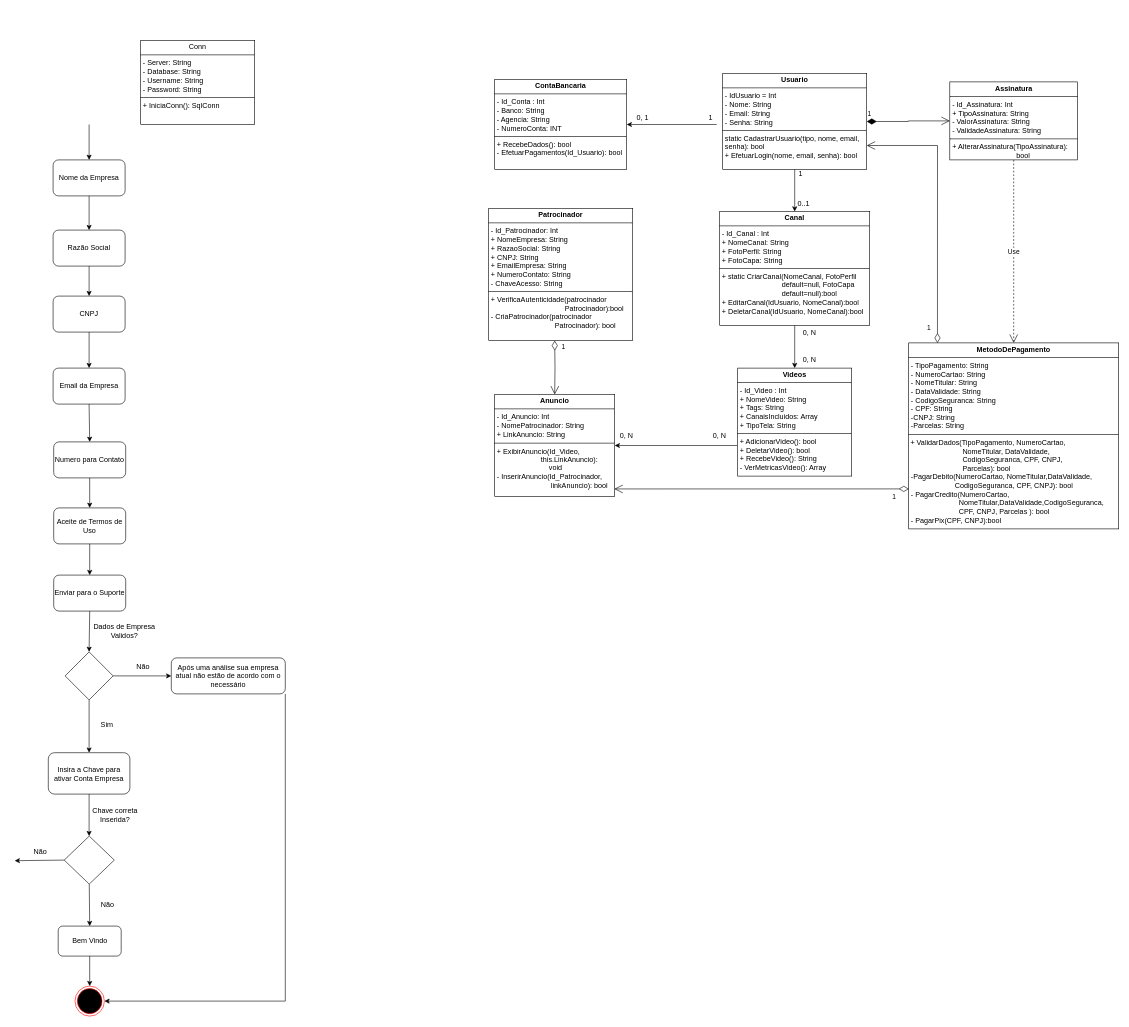
Earlier version of the draw.io diagram page "DiagramaDeClasses" (20 of 20) of DiagramasPIMVII.drawio (GustavoFerreira143/PIMVIISistemaDeStreaming). Source tidied: cells renumbered, new cells numbered last; positions are measured from the earlier drawing's top-left corner, leaving out a move shared by most shapes. Both pictures are drawn from the tidied source at 60%, with x=0, y=0 at pixel (14, 40).
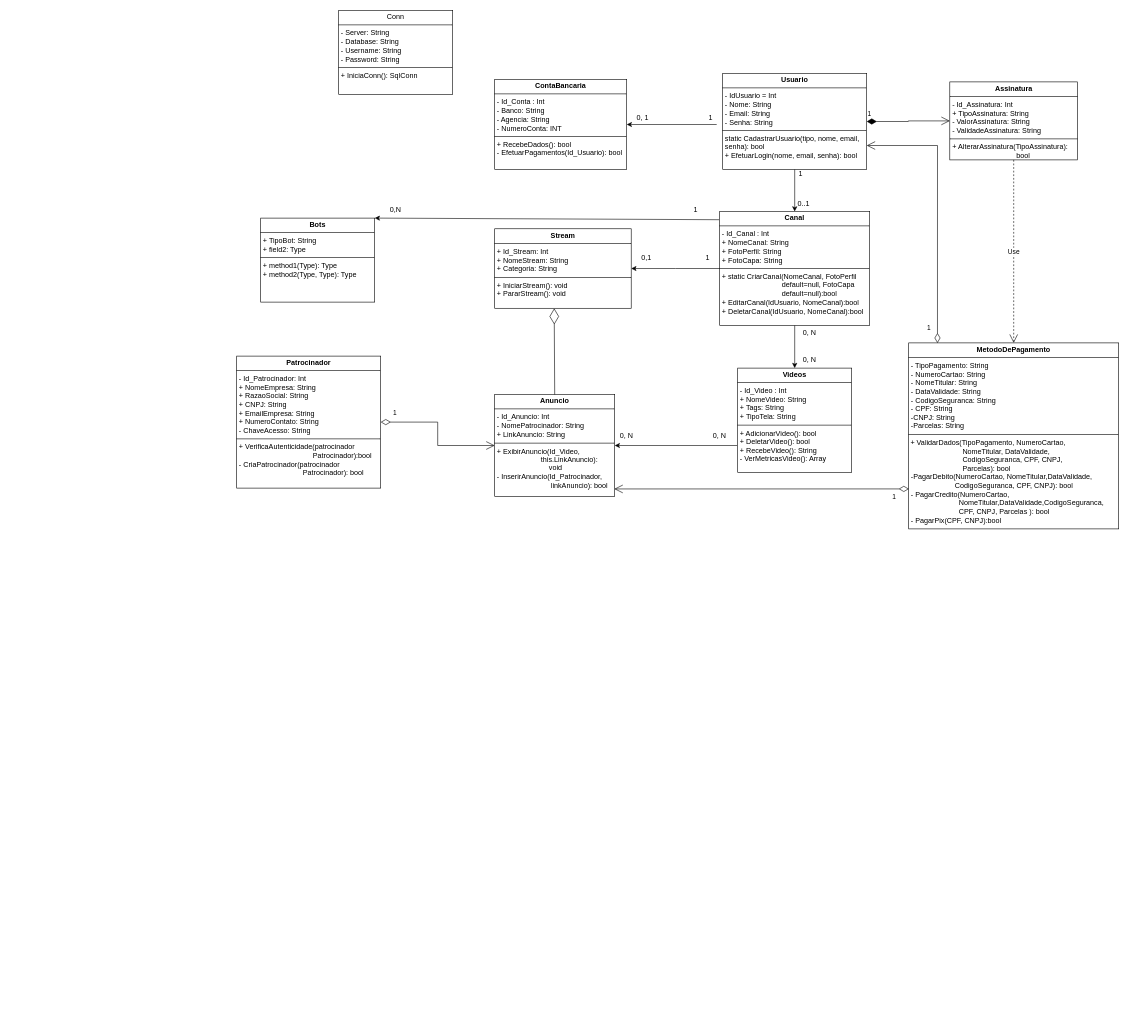
After the change.

Unchanged cells that the change refers to:
```xml
<mxCell id="5" value="&lt;p style=&quot;margin:0px;margin-top:4px;text-align:center;&quot;&gt;&lt;b&gt;Canal&lt;/b&gt;&lt;/p&gt;&lt;hr size=&quot;1&quot; style=&quot;border-style:solid;&quot;&gt;&lt;p style=&quot;margin:0px;margin-left:4px;&quot;&gt;- Id_Canal : Int&lt;/p&gt;&lt;p style=&quot;margin:0px;margin-left:4px;&quot;&gt;+ NomeCanal: String&lt;br&gt;+ FotoPerfil: String&lt;/p&gt;&lt;p style=&quot;margin:0px;margin-left:4px;&quot;&gt;+ FotoCapa: String&lt;/p&gt;&lt;hr size=&quot;1&quot; style=&quot;border-style:solid;&quot;&gt;&lt;p style=&quot;margin:0px;margin-left:4px;&quot;&gt;+ static CriarCanal(NomeCanal, FotoPerfil&amp;nbsp; &amp;nbsp; &amp;nbsp; &amp;nbsp; &amp;nbsp; &amp;nbsp; &amp;nbsp; &amp;nbsp; &amp;nbsp; &amp;nbsp; &amp;nbsp; &amp;nbsp; &amp;nbsp; &amp;nbsp;&lt;span style=&quot;white-space: pre;&quot;&gt;&#9;&lt;/span&gt;&amp;nbsp; &amp;nbsp; &amp;nbsp; default=null, FotoCapa&amp;nbsp; &amp;nbsp; &amp;nbsp; &amp;nbsp; &amp;nbsp; &amp;nbsp; &amp;nbsp; &amp;nbsp; &amp;nbsp; &amp;nbsp; &amp;nbsp; &amp;nbsp; &amp;nbsp; &amp;nbsp; &amp;nbsp; &amp;nbsp; &amp;nbsp; &amp;nbsp; &amp;nbsp; default=null):bool&lt;br&gt;&lt;/p&gt;&lt;p style=&quot;margin:0px;margin-left:4px;&quot;&gt;+ EditarCanal(IdUsuario, NomeCanal):bool&lt;/p&gt;&lt;p style=&quot;margin:0px;margin-left:4px;&quot;&gt;+ DeletarCanal(IdUsuario, NomeCanal):bool&lt;/p&gt;" style="verticalAlign=top;align=left;overflow=fill;html=1;whiteSpace=wrap;" parent="1" vertex="1">
  <mxGeometry x="1175" y="285" width="250" height="190" as="geometry" />
</mxCell>
<mxCell id="13" value="&lt;p style=&quot;margin:0px;margin-top:4px;text-align:center;&quot;&gt;&lt;b&gt;Anuncio&lt;/b&gt;&lt;/p&gt;&lt;hr size=&quot;1&quot; style=&quot;border-style:solid;&quot;&gt;&lt;p style=&quot;margin:0px;margin-left:4px;&quot;&gt;- Id_Anuncio: Int&lt;br&gt;- NomePatrocinador: String&lt;/p&gt;&lt;p style=&quot;margin:0px;margin-left:4px;&quot;&gt;+ LinkAnuncio: String&lt;/p&gt;&lt;hr size=&quot;1&quot; style=&quot;border-style:solid;&quot;&gt;&lt;p style=&quot;margin:0px;margin-left:4px;&quot;&gt;+ ExibirAnuncio(Id_Video,&amp;nbsp; &amp;nbsp; &amp;nbsp; &amp;nbsp; &amp;nbsp; &amp;nbsp; &amp;nbsp; &amp;nbsp; &amp;nbsp; &amp;nbsp; &amp;nbsp; &amp;nbsp; &amp;nbsp; &amp;nbsp; &amp;nbsp; &amp;nbsp; &amp;nbsp; &amp;nbsp; &amp;nbsp; &amp;nbsp; this.LinkAnuncio): &lt;span style=&quot;white-space: pre;&quot;&gt;&#9;&lt;/span&gt;&lt;span style=&quot;white-space: pre;&quot;&gt;&#9;&lt;/span&gt;&lt;span style=&quot;white-space: pre;&quot;&gt;&#9;&lt;/span&gt;&amp;nbsp; void&lt;br&gt;&lt;/p&gt;&lt;p style=&quot;margin:0px;margin-left:4px;&quot;&gt;- InserirAnuncio(Id_Patrocinador, &lt;span style=&quot;white-space: pre;&quot;&gt;&#9;&lt;/span&gt;&lt;span style=&quot;white-space: pre;&quot;&gt;&#9;&lt;/span&gt;&lt;span style=&quot;white-space: pre;&quot;&gt;&#9;&lt;/span&gt;&amp;nbsp; &amp;nbsp;linkAnuncio): bool&lt;/p&gt;" style="verticalAlign=top;align=left;overflow=fill;html=1;whiteSpace=wrap;" parent="1" vertex="1">
  <mxGeometry x="800" y="590" width="200" height="170" as="geometry" />
</mxCell>
```

The edit, as a diff of the source:
```diff
@@
     <mxCell id="3" value="&lt;p style=&quot;margin:0px;margin-top:4px;text-align:center;&quot;&gt;Conn&lt;/p&gt;&lt;hr size=&quot;1&quot; style=&quot;border-style:solid;&quot;&gt;&lt;p style=&quot;margin:0px;margin-left:4px;&quot;&gt;- Server: String&lt;/p&gt;&lt;p style=&quot;margin:0px;margin-left:4px;&quot;&gt;- Database: String&lt;br&gt;- Username: String&lt;/p&gt;&lt;p style=&quot;margin:0px;margin-left:4px;&quot;&gt;- Password: String&lt;/p&gt;&lt;hr size=&quot;1&quot; style=&quot;border-style:solid;&quot;&gt;&lt;p style=&quot;margin:0px;margin-left:4px;&quot;&gt;+ IniciaConn(): SqlConn&lt;br&gt;&lt;/p&gt;" style="verticalAlign=top;align=left;overflow=fill;html=1;whiteSpace=wrap;" parent="1" vertex="1">
-      <mxGeometry x="210" width="190" height="140" as="geometry" />
+      <mxGeometry x="540" y="-50" width="190" height="140" as="geometry" />
     </mxCell>
@@
-    <mxCell id="12" value="&lt;p style=&quot;margin:0px;margin-top:4px;text-align:center;&quot;&gt;&lt;b&gt;Videos&lt;/b&gt;&lt;/p&gt;&lt;hr size=&quot;1&quot; style=&quot;border-style:solid;&quot;&gt;&lt;p style=&quot;margin:0px;margin-left:4px;&quot;&gt;- Id_Video : Int&lt;/p&gt;&lt;p style=&quot;margin:0px;margin-left:4px;&quot;&gt;+ NomeVideo: String&lt;br&gt;+ Tags: String&lt;/p&gt;&lt;p style=&quot;margin:0px;margin-left:4px;&quot;&gt;+ CanaisIncluidos: Array&lt;/p&gt;&lt;p style=&quot;margin:0px;margin-left:4px;&quot;&gt;+ TipoTela: String&lt;/p&gt;&lt;hr size=&quot;1&quot; style=&quot;border-style:solid;&quot;&gt;&lt;p style=&quot;margin:0px;margin-left:4px;&quot;&gt;+ AdicionarVideo(): bool&lt;/p&gt;&lt;p style=&quot;margin:0px;margin-left:4px;&quot;&gt;+ DeletarVideo(): bool&lt;br&gt;+ RecebeVideo(): String&lt;/p&gt;&lt;p style=&quot;margin:0px;margin-left:4px;&quot;&gt;- VerMetricasVideo(): Array&lt;/p&gt;" style="verticalAlign=top;align=left;overflow=fill;html=1;whiteSpace=wrap;" parent="1" vertex="1">
-      <mxGeometry x="1205" y="546" width="190" height="180" as="geometry" />
+    <mxCell id="12" value="&lt;p style=&quot;margin:0px;margin-top:4px;text-align:center;&quot;&gt;&lt;b&gt;Videos&lt;/b&gt;&lt;/p&gt;&lt;hr size=&quot;1&quot; style=&quot;border-style:solid;&quot;&gt;&lt;p style=&quot;margin:0px;margin-left:4px;&quot;&gt;- Id_Video : Int&lt;/p&gt;&lt;p style=&quot;margin:0px;margin-left:4px;&quot;&gt;+ NomeVideo: String&lt;br&gt;+ Tags: String&lt;/p&gt;&lt;p style=&quot;margin:0px;margin-left:4px;&quot;&gt;+ TipoTela: String&lt;/p&gt;&lt;hr size=&quot;1&quot; style=&quot;border-style:solid;&quot;&gt;&lt;p style=&quot;margin:0px;margin-left:4px;&quot;&gt;+ AdicionarVideo(): bool&lt;/p&gt;&lt;p style=&quot;margin:0px;margin-left:4px;&quot;&gt;+ DeletarVideo(): bool&lt;br&gt;+ RecebeVideo(): String&lt;/p&gt;&lt;p style=&quot;margin:0px;margin-left:4px;&quot;&gt;- VerMetricasVideo(): Array&lt;/p&gt;" style="verticalAlign=top;align=left;overflow=fill;html=1;whiteSpace=wrap;" parent="1" vertex="1">
+      <mxGeometry x="1205" y="546" width="190" height="174" as="geometry" />
     </mxCell>
@@
     <mxCell id="14" value="&lt;p style=&quot;margin:0px;margin-top:4px;text-align:center;&quot;&gt;&lt;b&gt;Patrocinador&lt;/b&gt;&lt;/p&gt;&lt;hr size=&quot;1&quot; style=&quot;border-style:solid;&quot;&gt;&lt;p style=&quot;margin:0px;margin-left:4px;&quot;&gt;- Id_Patrocinador: Int&lt;br&gt;+ NomeEmpresa: String&lt;/p&gt;&lt;p style=&quot;margin:0px;margin-left:4px;&quot;&gt;+ RazaoSocial: String&lt;/p&gt;&lt;p style=&quot;margin:0px;margin-left:4px;&quot;&gt;+ CNPJ: String&lt;/p&gt;&lt;p style=&quot;margin:0px;margin-left:4px;&quot;&gt;+ EmailEmpresa: String&lt;/p&gt;&lt;p style=&quot;margin:0px;margin-left:4px;&quot;&gt;+ NumeroContato: String&lt;/p&gt;&lt;p style=&quot;margin:0px;margin-left:4px;&quot;&gt;- ChaveAcesso: String&lt;/p&gt;&lt;hr size=&quot;1&quot; style=&quot;border-style:solid;&quot;&gt;&lt;p style=&quot;margin:0px;margin-left:4px;&quot;&gt;+ VerificaAutenticidade(patrocinador &lt;span style=&quot;white-space: pre;&quot;&gt;&#9;&lt;/span&gt;&lt;span style=&quot;white-space: pre;&quot;&gt;&#9;&lt;/span&gt;&lt;span style=&quot;white-space: pre;&quot;&gt;&#9;&lt;/span&gt;&lt;span style=&quot;white-space: pre;&quot;&gt;&#9;&lt;/span&gt;&amp;nbsp; &amp;nbsp; &amp;nbsp;Patrocinador):bool&lt;br&gt;- CriaPatrocinador(patrocinador &lt;span style=&quot;white-space: pre;&quot;&gt;&#9;&lt;/span&gt;&lt;span style=&quot;white-space: pre;&quot;&gt;&#9;&lt;/span&gt;&lt;span style=&quot;white-space: pre;&quot;&gt;&#9;&lt;/span&gt;&lt;span style=&quot;white-space: pre;&quot;&gt;&#9;&lt;/span&gt;Patrocinador): bool&lt;/p&gt;" style="verticalAlign=top;align=left;overflow=fill;html=1;whiteSpace=wrap;" parent="1" vertex="1">
-      <mxGeometry x="790" y="280" width="240" height="220" as="geometry" />
+      <mxGeometry x="370" y="526" width="240" height="220" as="geometry" />
     </mxCell>
-    <mxCell id="15" style="endArrow=classic;html=1;rounded=0;exitX=0.5;exitY=1;exitDx=0;exitDy=0;entryX=0.5;entryY=0;entryDx=0;entryDy=0;" parent="1" edge="1" target="16">
-      <mxGeometry relative="1" as="geometry">
-        <mxPoint x="124" y="140" as="sourcePoint" />
-      </mxGeometry>
-    </mxCell>
-    <mxCell id="16" value="Nome da Empresa" style="rounded=1;whiteSpace=wrap;html=1;" parent="1" vertex="1">
-      <mxGeometry x="64" y="199" width="120" height="60" as="geometry" />
-    </mxCell>
-    <mxCell id="17" value="Razão Social" style="rounded=1;whiteSpace=wrap;html=1;" parent="1" vertex="1">
-      <mxGeometry x="64" y="316" width="120" height="60" as="geometry" />
-    </mxCell>
-    <mxCell id="18" value="CNPJ" style="rounded=1;whiteSpace=wrap;html=1;" parent="1" vertex="1">
-      <mxGeometry x="64" y="426" width="120" height="60" as="geometry" />
-    </mxCell>
-    <mxCell id="19" style="endArrow=classic;html=1;rounded=0;exitX=0.5;exitY=1;exitDx=0;exitDy=0;entryX=0.5;entryY=0;entryDx=0;entryDy=0;" parent="1" edge="1" source="16" target="17">
-      <mxGeometry relative="1" as="geometry" />
-    </mxCell>
-    <mxCell id="20" value="Numero para Contato" style="rounded=1;whiteSpace=wrap;html=1;" parent="1" vertex="1">
-      <mxGeometry x="65" y="669" width="120" height="60" as="geometry" />
-    </mxCell>
-    <mxCell id="21" style="endArrow=classic;html=1;rounded=0;exitX=0.5;exitY=1;exitDx=0;exitDy=0;entryX=0.5;entryY=0;entryDx=0;entryDy=0;" parent="1" edge="1" source="17" target="18">
-      <mxGeometry relative="1" as="geometry" />
-    </mxCell>
-    <mxCell id="22" style="rhombus;whiteSpace=wrap;html=1;" parent="1" vertex="1">
-      <mxGeometry x="84" y="1019" width="80" height="80" as="geometry" />
-    </mxCell>
-    <mxCell id="23" value="Enviar para o Suporte" style="rounded=1;whiteSpace=wrap;html=1;" parent="1" vertex="1">
-      <mxGeometry x="65" y="891" width="120" height="60" as="geometry" />
-    </mxCell>
-    <mxCell id="24" style="endArrow=classic;html=1;rounded=0;exitX=0.5;exitY=1;exitDx=0;exitDy=0;entryX=0.5;entryY=0;entryDx=0;entryDy=0;" parent="1" edge="1" source="20" target="28">
-      <mxGeometry relative="1" as="geometry" />
-    </mxCell>
-    <mxCell id="25" value="Dados de Empresa Validos?" style="text;html=1;align=center;verticalAlign=middle;whiteSpace=wrap;rounded=0;" parent="1" vertex="1">
-      <mxGeometry x="125" y="955" width="116" height="60" as="geometry" />
-    </mxCell>
-    <mxCell id="26" value="Após uma análise sua empresa atual não estão de acordo com o necessário" style="rounded=1;whiteSpace=wrap;html=1;" parent="1" vertex="1">
-      <mxGeometry x="261" y="1029" width="190" height="60" as="geometry" />
-    </mxCell>
-    <mxCell id="27" style="endArrow=classic;html=1;rounded=0;entryX=0;entryY=0.5;entryDx=0;entryDy=0;exitX=1;exitY=0.5;exitDx=0;exitDy=0;" parent="1" edge="1" source="22" target="26">
-      <mxGeometry relative="1" as="geometry" />
-    </mxCell>
-    <mxCell id="28" value="Aceite de Termos de Uso" style="rounded=1;whiteSpace=wrap;html=1;" parent="1" vertex="1">
-      <mxGeometry x="65" y="779" width="120" height="60" as="geometry" />
-    </mxCell>
-    <mxCell id="29" style="endArrow=classic;html=1;rounded=0;entryX=0.5;entryY=0;entryDx=0;entryDy=0;exitX=0.5;exitY=1;exitDx=0;exitDy=0;" parent="1" edge="1" source="23" target="22">
-      <mxGeometry relative="1" as="geometry" />
-    </mxCell>
-    <mxCell id="30" style="endArrow=classic;html=1;rounded=0;exitX=0.5;exitY=1;exitDx=0;exitDy=0;entryX=0.5;entryY=0;entryDx=0;entryDy=0;" parent="1" edge="1" source="28" target="23">
-      <mxGeometry relative="1" as="geometry" />
-    </mxCell>
-    <mxCell id="31" value="Insira a Chave para ativar Conta Empresa" style="rounded=1;whiteSpace=wrap;html=1;" parent="1" vertex="1">
-      <mxGeometry x="56" y="1187" width="136" height="69" as="geometry" />
-    </mxCell>
-    <mxCell id="32" value="Email da Empresa" style="rounded=1;whiteSpace=wrap;html=1;" parent="1" vertex="1">
-      <mxGeometry x="64" y="546" width="120" height="60" as="geometry" />
-    </mxCell>
-    <mxCell id="33" style="endArrow=classic;html=1;rounded=0;exitX=0.5;exitY=1;exitDx=0;exitDy=0;entryX=0.5;entryY=0;entryDx=0;entryDy=0;" parent="1" edge="1" source="18" target="32">
-      <mxGeometry relative="1" as="geometry" />
-    </mxCell>
-    <mxCell id="34" style="endArrow=classic;html=1;rounded=0;exitX=0.5;exitY=1;exitDx=0;exitDy=0;entryX=0.5;entryY=0;entryDx=0;entryDy=0;" parent="1" edge="1" source="32" target="20">
-      <mxGeometry relative="1" as="geometry" />
-    </mxCell>
-    <mxCell id="35" style="endArrow=classic;html=1;rounded=0;exitX=0.5;exitY=1;exitDx=0;exitDy=0;" parent="1" edge="1" source="22" target="31">
-      <mxGeometry relative="1" as="geometry" />
-    </mxCell>
-    <mxCell id="36" value="Não" style="text;html=1;align=center;verticalAlign=middle;whiteSpace=wrap;rounded=0;" parent="1" vertex="1">
-      <mxGeometry x="184" y="1029" width="60" height="30" as="geometry" />
-    </mxCell>
-    <mxCell id="37" value="Sim" style="text;html=1;align=center;verticalAlign=middle;whiteSpace=wrap;rounded=0;" parent="1" vertex="1">
-      <mxGeometry x="124" y="1126" width="60" height="30" as="geometry" />
-    </mxCell>
-    <mxCell id="38" style="ellipse;html=1;shape=endState;fillColor=#000000;strokeColor=#ff0000;direction=south;" parent="1" vertex="1">
-      <mxGeometry x="100.5" y="1576" width="49" height="50" as="geometry" />
-    </mxCell>
-    <mxCell id="39" style="rhombus;whiteSpace=wrap;html=1;" parent="1" vertex="1">
-      <mxGeometry x="82.5" y="1326" width="83.5" height="80" as="geometry" />
-    </mxCell>
-    <mxCell id="40" style="endArrow=classic;html=1;rounded=0;exitX=0.5;exitY=1;exitDx=0;exitDy=0;" parent="1" edge="1" source="31">
-      <mxGeometry relative="1" as="geometry">
-        <mxPoint x="124" y="1326" as="targetPoint" />
-      </mxGeometry>
-    </mxCell>
-    <mxCell id="41" value="Chave correta Inserida?" style="text;html=1;align=center;verticalAlign=middle;whiteSpace=wrap;rounded=0;" parent="1" vertex="1">
-      <mxGeometry x="125" y="1266" width="85" height="50" as="geometry" />
-    </mxCell>
-    <mxCell id="42" style="endArrow=classic;html=1;rounded=0;exitX=0;exitY=0.5;exitDx=0;exitDy=0;entryX=1;entryY=0.5;entryDx=0;entryDy=0;" parent="1" edge="1" source="39">
-      <mxGeometry relative="1" as="geometry">
-        <mxPoint y="1367" as="targetPoint" />
-      </mxGeometry>
-    </mxCell>
-    <mxCell id="43" value="Bem Vindo" style="rounded=1;whiteSpace=wrap;html=1;" parent="1" vertex="1">
-      <mxGeometry x="72.5" y="1476" width="105" height="50" as="geometry" />
-    </mxCell>
-    <mxCell id="44" value="Não" style="text;html=1;align=center;verticalAlign=middle;whiteSpace=wrap;rounded=0;" parent="1" vertex="1">
-      <mxGeometry x="12.5" y="1337" width="60" height="30" as="geometry" />
-    </mxCell>
-    <mxCell id="45" value="Não" style="text;html=1;align=center;verticalAlign=middle;whiteSpace=wrap;rounded=0;" parent="1" vertex="1">
-      <mxGeometry x="125" y="1426" width="60" height="30" as="geometry" />
-    </mxCell>
-    <mxCell id="46" style="endArrow=classic;html=1;rounded=0;exitX=0.5;exitY=1;exitDx=0;exitDy=0;entryX=0.5;entryY=0;entryDx=0;entryDy=0;" parent="1" edge="1" source="39" target="43">
-      <mxGeometry relative="1" as="geometry" />
-    </mxCell>
-    <mxCell id="47" style="endArrow=classic;html=1;rounded=0;entryX=0;entryY=0.5;entryDx=0;entryDy=0;exitX=0.5;exitY=1;exitDx=0;exitDy=0;" parent="1" edge="1" source="43" target="38">
-      <mxGeometry relative="1" as="geometry" />
-    </mxCell>
-    <mxCell id="48" style="endArrow=classic;html=1;rounded=0;exitX=1;exitY=1;exitDx=0;exitDy=0;entryX=0.5;entryY=0;entryDx=0;entryDy=0;" parent="1" edge="1" source="26" target="38">
-      <mxGeometry relative="1" as="geometry">
-        <Array as="points">
-          <mxPoint x="451" y="1601" />
-        </Array>
-      </mxGeometry>
-    </mxCell>
@@
-    <mxCell id="50" value="1" style="endArrow=open;html=1;endSize=12;startArrow=diamondThin;startSize=14;startFill=0;edgeStyle=orthogonalEdgeStyle;align=left;verticalAlign=bottom;rounded=0;entryX=0.5;entryY=0;entryDx=0;entryDy=0;" parent="1" edge="1" target="13">
-      <mxGeometry x="-0.56" y="10" relative="1" as="geometry">
-        <mxPoint x="900" y="500" as="sourcePoint" />
-      </mxGeometry>
+    <mxCell id="50" value="1" style="endArrow=open;html=1;endSize=12;startArrow=diamondThin;startSize=14;startFill=0;edgeStyle=orthogonalEdgeStyle;align=left;verticalAlign=bottom;rounded=0;entryX=0;entryY=0.5;entryDx=0;entryDy=0;exitX=1;exitY=0.5;exitDx=0;exitDy=0;" parent="1" edge="1" source="14" target="13">
+      <mxGeometry x="-0.83" y="6" relative="1" as="geometry" />
     </mxCell>
@@
+    <mxCell id="62" value="&lt;p style=&quot;margin:0px;margin-top:4px;text-align:center;&quot;&gt;&lt;b&gt;Stream&lt;/b&gt;&lt;/p&gt;&lt;hr size=&quot;1&quot; style=&quot;border-style:solid;&quot;&gt;&lt;p style=&quot;margin:0px;margin-left:4px;&quot;&gt;+ Id_Stream: Int&lt;/p&gt;&lt;p style=&quot;margin:0px;margin-left:4px;&quot;&gt;+ NomeStream: String&lt;br&gt;+ Categoria: String&lt;/p&gt;&lt;hr size=&quot;1&quot; style=&quot;border-style:solid;&quot;&gt;&lt;p style=&quot;margin:0px;margin-left:4px;&quot;&gt;+ IniciarStream(): void&lt;/p&gt;&lt;p style=&quot;margin:0px;margin-left:4px;&quot;&gt;+ PararStream(): void&lt;/p&gt;&lt;p style=&quot;margin:0px;margin-left:4px;&quot;&gt;&lt;br&gt;&lt;/p&gt;" style="verticalAlign=top;align=left;overflow=fill;html=1;whiteSpace=wrap;" parent="1" vertex="1">
+      <mxGeometry x="800" y="313.8" width="227.5" height="132.5" as="geometry" />
+    </mxCell>
+    <mxCell id="63" style="edgeStyle=orthogonalEdgeStyle;rounded=0;jettySize=auto;html=1;exitX=0;exitY=0.5;exitDx=0;exitDy=0;entryX=1;entryY=0.5;entryDx=0;entryDy=0;" parent="1" edge="1" source="5" target="62">
+      <mxGeometry relative="1" as="geometry" />
+    </mxCell>
+    <mxCell id="64" value="1" style="text;html=1;align=center;verticalAlign=middle;whiteSpace=wrap;rounded=0;" parent="1" vertex="1">
+      <mxGeometry x="1130" y="350" width="50" height="26" as="geometry" />
+    </mxCell>
+    <mxCell id="65" value="0,1" style="text;html=1;align=center;verticalAlign=middle;whiteSpace=wrap;rounded=0;" parent="1" vertex="1">
+      <mxGeometry x="1027.5" y="350" width="50" height="26" as="geometry" />
+    </mxCell>
+    <mxCell id="66" style="endArrow=diamondThin;endFill=0;endSize=24;html=1;rounded=0;exitX=0.5;exitY=0;exitDx=0;exitDy=0;entryX=0.436;entryY=1.001;entryDx=0;entryDy=0;entryPerimeter=0;" parent="1" edge="1" source="13" target="62">
+      <mxGeometry relative="1" as="geometry" />
+    </mxCell>
+    <mxCell id="67" value="&lt;p style=&quot;margin:0px;margin-top:4px;text-align:center;&quot;&gt;&lt;b&gt;Bots&lt;/b&gt;&lt;/p&gt;&lt;hr size=&quot;1&quot; style=&quot;border-style:solid;&quot;&gt;&lt;p style=&quot;margin:0px;margin-left:4px;&quot;&gt;+ TipoBot: String&lt;br&gt;+ field2: Type&lt;/p&gt;&lt;hr size=&quot;1&quot; style=&quot;border-style:solid;&quot;&gt;&lt;p style=&quot;margin:0px;margin-left:4px;&quot;&gt;+ method1(Type): Type&lt;br&gt;+ method2(Type, Type): Type&lt;/p&gt;" style="verticalAlign=top;align=left;overflow=fill;html=1;whiteSpace=wrap;" parent="1" vertex="1">
+      <mxGeometry x="410" y="296" width="190" height="140" as="geometry" />
+    </mxCell>
+    <mxCell id="68" style="endArrow=classic;html=1;rounded=0;entryX=1;entryY=0;entryDx=0;entryDy=0;exitX=-0.004;exitY=0.072;exitDx=0;exitDy=0;exitPerimeter=0;" parent="1" edge="1" source="5" target="67">
+      <mxGeometry relative="1" as="geometry" />
+    </mxCell>
+    <mxCell id="69" value="0,N" style="text;html=1;align=center;verticalAlign=middle;whiteSpace=wrap;rounded=0;" parent="1" vertex="1">
+      <mxGeometry x="610" y="270" width="50" height="26" as="geometry" />
+    </mxCell>
+    <mxCell id="70" value="1" style="text;html=1;align=center;verticalAlign=middle;whiteSpace=wrap;rounded=0;" parent="1" vertex="1">
+      <mxGeometry x="1110" y="270" width="50" height="26" as="geometry" />
+    </mxCell>
```
